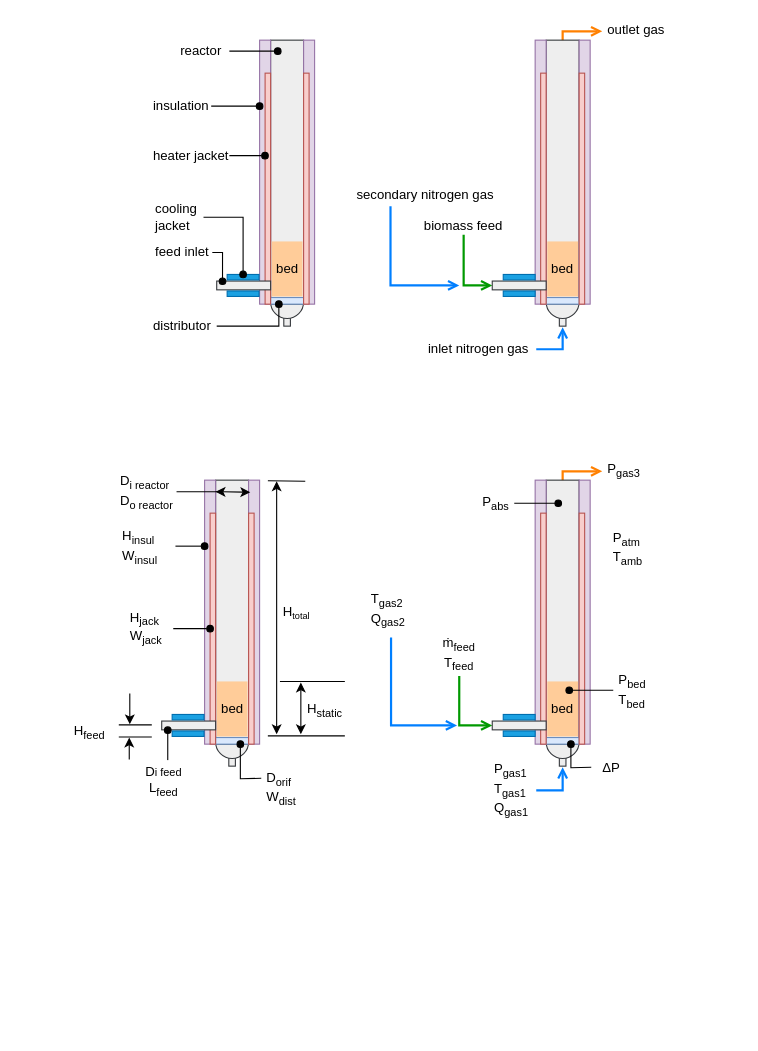
Before: diagrams/pyrolyzer.drawio in wigging/batch-cstr-pyrolysis, a draw.io diagram. Source tidied: cells renumbered, new cells numbered last; positions are measured from the earlier drawing's top-left corner, leaving out a move shared by most shapes. Both pictures are drawn from the tidied source at 110%, with x=0, y=0 at pixel (72, 19).
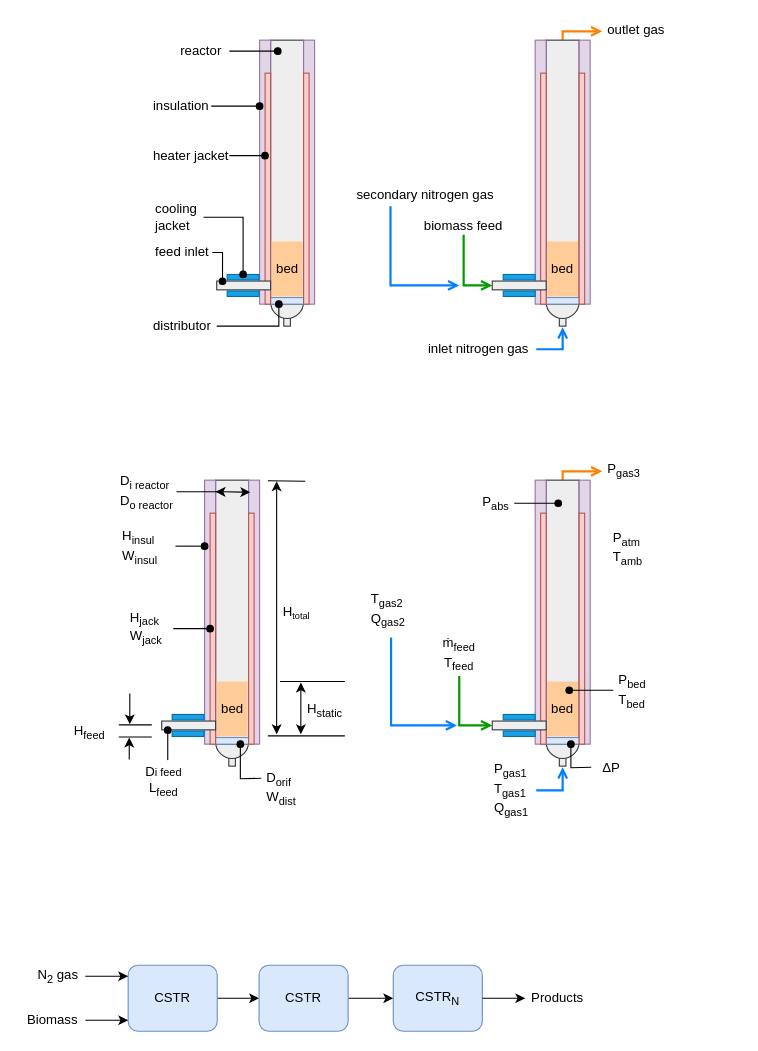
The same page after the edit.

Commit message (it also covers changes not shown here):
Add series CSTR diagram and figure

Change to the diagram source:
```diff
@@
+    <mxCell id="109" style="edgeStyle=orthogonalEdgeStyle;rounded=0;jettySize=auto;html=1;" parent="1" edge="1" source="110" target="112">
+      <mxGeometry relative="1" as="geometry" />
+    </mxCell>
+    <mxCell id="110" value="CSTR" style="rounded=1;whiteSpace=wrap;html=1;fillColor=#dae8fc;strokeColor=#6c8ebf;" parent="1" vertex="1">
+      <mxGeometry x="51" y="860" width="81" height="60" as="geometry" />
+    </mxCell>
+    <mxCell id="111" style="edgeStyle=orthogonalEdgeStyle;rounded=0;jettySize=auto;html=1;" parent="1" edge="1" source="112" target="113">
+      <mxGeometry relative="1" as="geometry" />
+    </mxCell>
+    <mxCell id="112" value="CSTR" style="rounded=1;whiteSpace=wrap;html=1;fillColor=#dae8fc;strokeColor=#6c8ebf;" parent="1" vertex="1">
+      <mxGeometry x="170" y="860" width="81" height="60" as="geometry" />
+    </mxCell>
+    <mxCell id="113" value="CSTR&lt;sub&gt;N&lt;/sub&gt;" style="rounded=1;whiteSpace=wrap;html=1;fillColor=#dae8fc;strokeColor=#6c8ebf;" parent="1" vertex="1">
+      <mxGeometry x="292" y="860" width="81" height="60" as="geometry" />
+    </mxCell>
+    <mxCell id="114" style="endArrow=classic;html=1;exitX=1;exitY=0.5;exitDx=0;exitDy=0;" parent="1" edge="1" source="113">
+      <mxGeometry relative="1" as="geometry">
+        <mxPoint x="412" y="890" as="targetPoint" />
+      </mxGeometry>
+    </mxCell>
+    <mxCell id="115" style="endArrow=classic;html=1;entryX=0;entryY=0.5;entryDx=0;entryDy=0;" parent="1" edge="1">
+      <mxGeometry relative="1" as="geometry">
+        <mxPoint x="12" y="910" as="sourcePoint" />
+        <mxPoint x="51" y="910" as="targetPoint" />
+      </mxGeometry>
+    </mxCell>
+    <mxCell id="116" style="endArrow=classic;html=1;entryX=0;entryY=0.5;entryDx=0;entryDy=0;" parent="1" edge="1">
+      <mxGeometry relative="1" as="geometry">
+        <mxPoint x="12" y="870" as="sourcePoint" />
+        <mxPoint x="51" y="870" as="targetPoint" />
+      </mxGeometry>
+    </mxCell>
+    <mxCell id="117" value="N&lt;sub&gt;2&lt;/sub&gt;&amp;nbsp;gas" style="text;html=1;align=center;verticalAlign=middle;strokeColor=none;fillColor=none;" parent="1" vertex="1">
+      <mxGeometry x="-38" y="860" width="50" height="20" as="geometry" />
+    </mxCell>
+    <mxCell id="118" value="Biomass" style="text;html=1;align=center;verticalAlign=middle;strokeColor=none;fillColor=none;" parent="1" vertex="1">
+      <mxGeometry x="-48" y="900" width="60" height="20" as="geometry" />
+    </mxCell>
+    <mxCell id="119" value="Products" style="text;html=1;align=center;verticalAlign=middle;strokeColor=none;fillColor=none;" parent="1" vertex="1">
+      <mxGeometry x="411" y="880" width="60" height="20" as="geometry" />
+    </mxCell>
```
